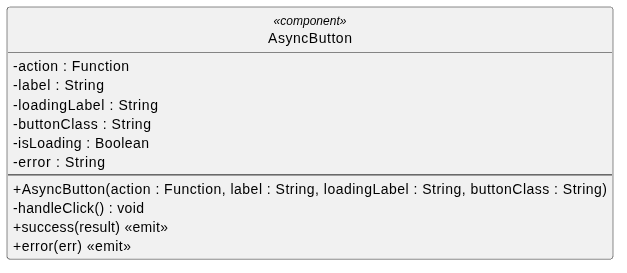
Above: src/PB/DocumentazioneEsterna/Specifica_Tecnica/content/05-diagrammi-classi/uml/png/frontend/componenti/asyncButton.png in GroupRubberDuck/Documentazione (PlantUML), before the change. Its source is kept beside it as src/PB/DocumentazioneEsterna/Specifica_Tecnica/content/05-diagrammi-classi/uml/puml/Frontend/componenti_base/asyncButton.puml.
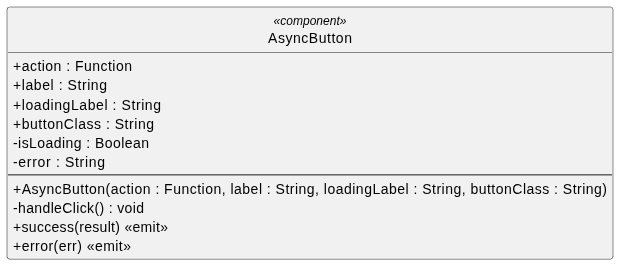
After the commit.

What changed in the source:
```diff
@@ -7,10 +7,10 @@
 skinparam style strictuml
 
 class AsyncButton <<component>> {
-  - action : Function
-  - label : String
-  - loadingLabel : String
-  - buttonClass : String
+  + action : Function
+  + label : String
+  + loadingLabel : String
+  + buttonClass : String
   - isLoading : Boolean
   - error : String
   --
```
